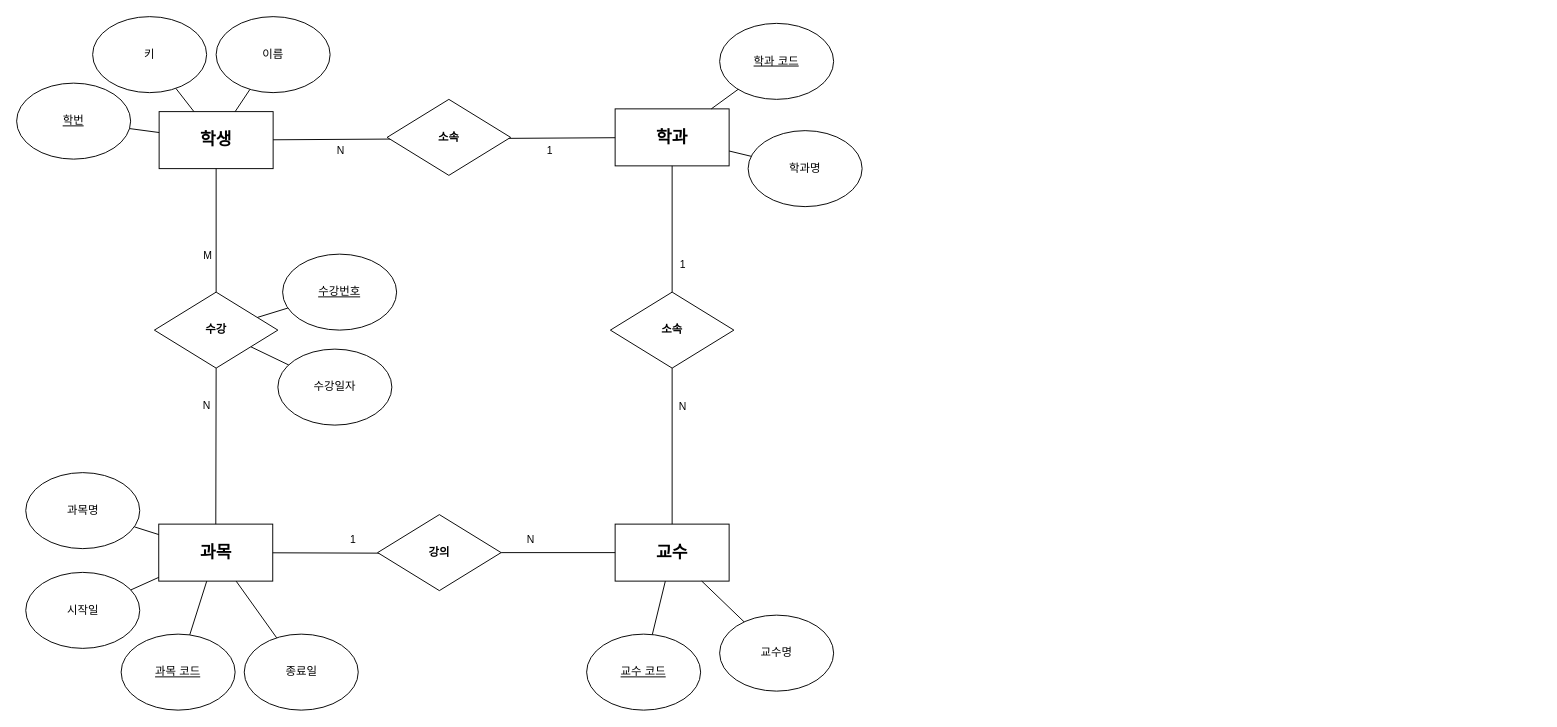
Earlier version of the draw.io diagram 학사 관리 시스템.drawio (cho1seu1g1/ERD). Source tidied: cells renumbered, new cells numbered last; positions are measured from the earlier drawing's top-left corner, leaving out a move shared by most shapes. Both pictures are drawn from the tidied source at 95%, with x=0, y=0 at pixel (16, 16).
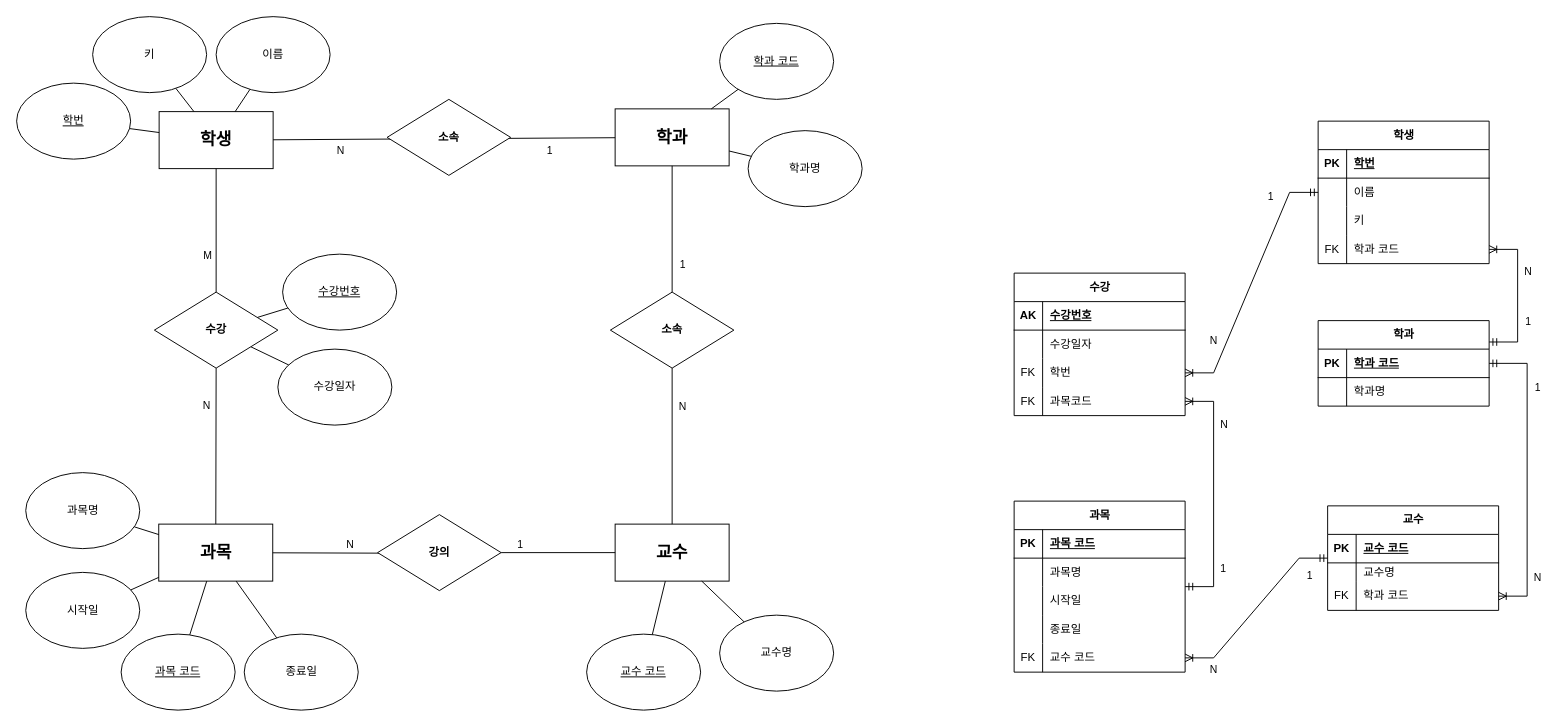
The same diagram, later.

Commit message:
학사 관리 시스템.drawio 업데이트

The change refers to these unchanged cells:
```xml
<mxCell id="33" style="endArrow=none;html=1;rounded=0;" parent="1" edge="1" source="47" target="4">
  <mxGeometry relative="1" as="geometry" />
</mxCell>
<mxCell id="45" style="endArrow=none;html=1;rounded=0;" parent="1" edge="1" source="5">
  <mxGeometry relative="1" as="geometry">
    <mxPoint x="390" y="564.8" as="targetPoint" />
  </mxGeometry>
</mxCell>
```

The edit, as a diff of the source:
```diff
@@
     <mxCell id="34" value="N" style="edgeLabel;html=1;align=center;verticalAlign=middle;" parent="33" vertex="1">
       <mxGeometry x="0.66" y="1" relative="1" as="geometry">
-        <mxPoint x="-70" y="-13" as="offset" />
+        <mxPoint x="-260" y="-8" as="offset" />
       </mxGeometry>
     </mxCell>
@@
     <mxCell id="46" value="1" style="edgeLabel;html=1;align=center;verticalAlign=middle;" parent="45" vertex="1">
       <mxGeometry x="-0.55" y="2" relative="1" as="geometry">
-        <mxPoint x="57" y="-12" as="offset" />
+        <mxPoint x="233" y="-7" as="offset" />
       </mxGeometry>
     </mxCell>
@@
+    <mxCell id="51" value="학생" style="shape=table;startSize=30;childLayout=tableLayout;rowLines=0;fontStyle=1;align=center;html=1;" parent="1" vertex="1">
+      <mxGeometry x="1370" y="110" width="180" height="150" as="geometry" />
+    </mxCell>
+    <mxCell id="52" style="shape=tableRow;horizontal=0;startSize=0;swimlaneHead=0;swimlaneBody=0;fillColor=none;top=0;left=0;right=0;bottom=1;" parent="51" vertex="1">
+      <mxGeometry y="30" width="180" height="30" as="geometry" />
+    </mxCell>
+    <mxCell id="53" value="PK" style="shape=partialRectangle;fillColor=none;top=0;left=0;bottom=0;right=0;fontStyle=1;overflow=hidden;whiteSpace=wrap;html=1;" parent="52" vertex="1">
+      <mxGeometry width="30" height="30" as="geometry" />
+    </mxCell>
+    <mxCell id="54" value="학번" style="shape=partialRectangle;fillColor=none;top=0;left=0;bottom=0;right=0;align=left;spacingLeft=6;fontStyle=5;overflow=hidden;whiteSpace=wrap;html=1;" parent="52" vertex="1">
+      <mxGeometry x="30" width="150" height="30" as="geometry" />
+    </mxCell>
+    <mxCell id="55" style="shape=tableRow;horizontal=0;startSize=0;swimlaneHead=0;swimlaneBody=0;fillColor=none;top=0;left=0;right=0;bottom=0;" parent="51" vertex="1">
+      <mxGeometry y="60" width="180" height="30" as="geometry" />
+    </mxCell>
+    <mxCell id="56" style="shape=partialRectangle;fillColor=none;top=0;left=0;bottom=0;right=0;overflow=hidden;whiteSpace=wrap;html=1;" parent="55" vertex="1">
+      <mxGeometry width="30" height="30" as="geometry" />
+    </mxCell>
+    <mxCell id="57" value="이름" style="shape=partialRectangle;fillColor=none;top=0;left=0;bottom=0;right=0;align=left;spacingLeft=6;overflow=hidden;whiteSpace=wrap;html=1;" parent="55" vertex="1">
+      <mxGeometry x="30" width="150" height="30" as="geometry" />
+    </mxCell>
+    <mxCell id="58" style="shape=tableRow;horizontal=0;startSize=0;swimlaneHead=0;swimlaneBody=0;fillColor=none;top=0;left=0;right=0;bottom=0;" parent="51" vertex="1">
+      <mxGeometry y="90" width="180" height="30" as="geometry" />
+    </mxCell>
+    <mxCell id="59" style="shape=partialRectangle;fillColor=none;top=0;left=0;bottom=0;right=0;overflow=hidden;whiteSpace=wrap;html=1;" parent="58" vertex="1">
+      <mxGeometry width="30" height="30" as="geometry" />
+    </mxCell>
+    <mxCell id="60" value="키" style="shape=partialRectangle;fillColor=none;top=0;left=0;bottom=0;right=0;align=left;spacingLeft=6;overflow=hidden;whiteSpace=wrap;html=1;" parent="58" vertex="1">
+      <mxGeometry x="30" width="150" height="30" as="geometry" />
+    </mxCell>
+    <mxCell id="61" style="shape=tableRow;horizontal=0;startSize=0;swimlaneHead=0;swimlaneBody=0;fillColor=none;points=[[0,0.5],[1,0.5]];portConstraint=eastwest;top=0;left=0;right=0;bottom=0;" parent="51" vertex="1">
+      <mxGeometry y="120" width="180" height="30" as="geometry" />
+    </mxCell>
+    <mxCell id="62" value="FK" style="shape=partialRectangle;fillColor=none;top=0;left=0;bottom=0;right=0;overflow=hidden;whiteSpace=wrap;html=1;" parent="61" vertex="1">
+      <mxGeometry width="30" height="30" as="geometry" />
+    </mxCell>
+    <mxCell id="63" value="학과 코드" style="shape=partialRectangle;fillColor=none;top=0;left=0;bottom=0;right=0;align=left;spacingLeft=6;overflow=hidden;whiteSpace=wrap;html=1;" parent="61" vertex="1">
+      <mxGeometry x="30" width="150" height="30" as="geometry" />
+    </mxCell>
+    <mxCell id="64" value="학과" style="shape=table;startSize=30;childLayout=tableLayout;rowLines=0;fontStyle=1;align=center;html=1;" parent="1" vertex="1">
+      <mxGeometry x="1370" y="320" width="180" height="90" as="geometry" />
+    </mxCell>
+    <mxCell id="65" style="shape=tableRow;horizontal=0;startSize=0;swimlaneHead=0;swimlaneBody=0;fillColor=none;top=0;left=0;right=0;bottom=1;" parent="64" vertex="1">
+      <mxGeometry y="30" width="180" height="30" as="geometry" />
+    </mxCell>
+    <mxCell id="66" value="PK" style="shape=partialRectangle;fillColor=none;top=0;left=0;bottom=0;right=0;fontStyle=1;overflow=hidden;whiteSpace=wrap;html=1;" parent="65" vertex="1">
+      <mxGeometry width="30" height="30" as="geometry" />
+    </mxCell>
+    <mxCell id="67" value="학과 코드" style="shape=partialRectangle;fillColor=none;top=0;left=0;bottom=0;right=0;align=left;spacingLeft=6;fontStyle=5;overflow=hidden;whiteSpace=wrap;html=1;" parent="65" vertex="1">
+      <mxGeometry x="30" width="150" height="30" as="geometry" />
+    </mxCell>
+    <mxCell id="68" style="shape=tableRow;horizontal=0;startSize=0;swimlaneHead=0;swimlaneBody=0;fillColor=none;top=0;left=0;right=0;bottom=0;" parent="64" vertex="1">
+      <mxGeometry y="60" width="180" height="30" as="geometry" />
+    </mxCell>
+    <mxCell id="69" style="shape=partialRectangle;fillColor=none;top=0;left=0;bottom=0;right=0;overflow=hidden;whiteSpace=wrap;html=1;" parent="68" vertex="1">
+      <mxGeometry width="30" height="30" as="geometry" />
+    </mxCell>
+    <mxCell id="70" value="학과명" style="shape=partialRectangle;fillColor=none;top=0;left=0;bottom=0;right=0;align=left;spacingLeft=6;overflow=hidden;whiteSpace=wrap;html=1;" parent="68" vertex="1">
+      <mxGeometry x="30" width="150" height="30" as="geometry" />
+    </mxCell>
+    <mxCell id="71" value="교수" style="shape=table;startSize=30;childLayout=tableLayout;rowLines=0;fontStyle=1;align=center;html=1;" parent="1" vertex="1">
+      <mxGeometry x="1380" y="515" width="180" height="110" as="geometry" />
+    </mxCell>
+    <mxCell id="72" style="shape=tableRow;horizontal=0;startSize=0;swimlaneHead=0;swimlaneBody=0;fillColor=none;top=0;left=0;right=0;bottom=1;" parent="71" vertex="1">
+      <mxGeometry y="30" width="180" height="30" as="geometry" />
+    </mxCell>
+    <mxCell id="73" value="PK" style="shape=partialRectangle;fillColor=none;top=0;left=0;bottom=0;right=0;fontStyle=1;overflow=hidden;whiteSpace=wrap;html=1;" parent="72" vertex="1">
+      <mxGeometry width="30" height="30" as="geometry" />
+    </mxCell>
+    <mxCell id="74" value="교수 코드" style="shape=partialRectangle;fillColor=none;top=0;left=0;bottom=0;right=0;align=left;spacingLeft=6;fontStyle=5;overflow=hidden;whiteSpace=wrap;html=1;" parent="72" vertex="1">
+      <mxGeometry x="30" width="150" height="30" as="geometry" />
+    </mxCell>
+    <mxCell id="75" style="shape=tableRow;horizontal=0;startSize=0;swimlaneHead=0;swimlaneBody=0;fillColor=none;top=0;left=0;right=0;bottom=0;" parent="71" vertex="1">
+      <mxGeometry y="60" width="180" height="20" as="geometry" />
+    </mxCell>
+    <mxCell id="76" style="shape=partialRectangle;fillColor=none;top=0;left=0;bottom=0;right=0;overflow=hidden;whiteSpace=wrap;html=1;" parent="75" vertex="1">
+      <mxGeometry width="30" height="20" as="geometry" />
+    </mxCell>
+    <mxCell id="77" value="교수명" style="shape=partialRectangle;fillColor=none;top=0;left=0;bottom=0;right=0;align=left;spacingLeft=6;overflow=hidden;whiteSpace=wrap;html=1;" parent="75" vertex="1">
+      <mxGeometry x="30" width="150" height="20" as="geometry" />
+    </mxCell>
+    <mxCell id="78" style="shape=tableRow;horizontal=0;startSize=0;swimlaneHead=0;swimlaneBody=0;fillColor=none;points=[[0,0.5],[1,0.5]];portConstraint=eastwest;top=0;left=0;right=0;bottom=0;" parent="71" vertex="1">
+      <mxGeometry y="80" width="180" height="30" as="geometry" />
+    </mxCell>
+    <mxCell id="79" value="FK" style="shape=partialRectangle;fillColor=none;top=0;left=0;bottom=0;right=0;overflow=hidden;whiteSpace=wrap;html=1;" parent="78" vertex="1">
+      <mxGeometry width="30" height="30" as="geometry" />
+    </mxCell>
+    <mxCell id="80" value="학과 코드" style="shape=partialRectangle;fillColor=none;top=0;left=0;bottom=0;right=0;align=left;spacingLeft=6;overflow=hidden;whiteSpace=wrap;html=1;" parent="78" vertex="1">
+      <mxGeometry x="30" width="150" height="30" as="geometry" />
+    </mxCell>
+    <mxCell id="81" value="과목" style="shape=table;startSize=30;childLayout=tableLayout;rowLines=0;fontStyle=1;align=center;html=1;" parent="1" vertex="1">
+      <mxGeometry x="1050" y="510" width="180" height="180" as="geometry" />
+    </mxCell>
+    <mxCell id="82" style="shape=tableRow;horizontal=0;startSize=0;swimlaneHead=0;swimlaneBody=0;fillColor=none;top=0;left=0;right=0;bottom=1;" parent="81" vertex="1">
+      <mxGeometry y="30" width="180" height="30" as="geometry" />
+    </mxCell>
+    <mxCell id="83" value="PK" style="shape=partialRectangle;fillColor=none;top=0;left=0;bottom=0;right=0;fontStyle=1;overflow=hidden;whiteSpace=wrap;html=1;" parent="82" vertex="1">
+      <mxGeometry width="30" height="30" as="geometry" />
+    </mxCell>
+    <mxCell id="84" value="과목 코드" style="shape=partialRectangle;fillColor=none;top=0;left=0;bottom=0;right=0;align=left;spacingLeft=6;fontStyle=5;overflow=hidden;whiteSpace=wrap;html=1;" parent="82" vertex="1">
+      <mxGeometry x="30" width="150" height="30" as="geometry" />
+    </mxCell>
+    <mxCell id="85" style="shape=tableRow;horizontal=0;startSize=0;swimlaneHead=0;swimlaneBody=0;fillColor=none;top=0;left=0;right=0;bottom=0;" parent="81" vertex="1">
+      <mxGeometry y="60" width="180" height="30" as="geometry" />
+    </mxCell>
+    <mxCell id="86" style="shape=partialRectangle;fillColor=none;top=0;left=0;bottom=0;right=0;overflow=hidden;whiteSpace=wrap;html=1;" parent="85" vertex="1">
+      <mxGeometry width="30" height="30" as="geometry" />
+    </mxCell>
+    <mxCell id="87" value="과목명" style="shape=partialRectangle;fillColor=none;top=0;left=0;bottom=0;right=0;align=left;spacingLeft=6;overflow=hidden;whiteSpace=wrap;html=1;" parent="85" vertex="1">
+      <mxGeometry x="30" width="150" height="30" as="geometry" />
+    </mxCell>
+    <mxCell id="88" style="shape=tableRow;horizontal=0;startSize=0;swimlaneHead=0;swimlaneBody=0;fillColor=none;top=0;left=0;right=0;bottom=0;" parent="81" vertex="1">
+      <mxGeometry y="90" width="180" height="30" as="geometry" />
+    </mxCell>
+    <mxCell id="89" style="shape=partialRectangle;fillColor=none;top=0;left=0;bottom=0;right=0;overflow=hidden;whiteSpace=wrap;html=1;" parent="88" vertex="1">
+      <mxGeometry width="30" height="30" as="geometry" />
+    </mxCell>
+    <mxCell id="90" value="시작일" style="shape=partialRectangle;fillColor=none;top=0;left=0;bottom=0;right=0;align=left;spacingLeft=6;overflow=hidden;whiteSpace=wrap;html=1;" parent="88" vertex="1">
+      <mxGeometry x="30" width="150" height="30" as="geometry" />
+    </mxCell>
+    <mxCell id="91" style="shape=tableRow;horizontal=0;startSize=0;swimlaneHead=0;swimlaneBody=0;fillColor=none;top=0;left=0;right=0;bottom=0;" parent="81" vertex="1">
+      <mxGeometry y="120" width="180" height="30" as="geometry" />
+    </mxCell>
+    <mxCell id="92" style="shape=partialRectangle;fillColor=none;top=0;left=0;bottom=0;right=0;overflow=hidden;whiteSpace=wrap;html=1;" parent="91" vertex="1">
+      <mxGeometry width="30" height="30" as="geometry" />
+    </mxCell>
+    <mxCell id="93" value="종료일" style="shape=partialRectangle;fillColor=none;top=0;left=0;bottom=0;right=0;align=left;spacingLeft=6;overflow=hidden;whiteSpace=wrap;html=1;" parent="91" vertex="1">
+      <mxGeometry x="30" width="150" height="30" as="geometry" />
+    </mxCell>
+    <mxCell id="94" style="shape=tableRow;horizontal=0;startSize=0;swimlaneHead=0;swimlaneBody=0;fillColor=none;points=[[0,0.5],[1,0.5]];portConstraint=eastwest;top=0;left=0;right=0;bottom=0;" parent="81" vertex="1">
+      <mxGeometry y="150" width="180" height="30" as="geometry" />
+    </mxCell>
+    <mxCell id="95" value="FK" style="shape=partialRectangle;fillColor=none;top=0;left=0;bottom=0;right=0;overflow=hidden;whiteSpace=wrap;html=1;" parent="94" vertex="1">
+      <mxGeometry width="30" height="30" as="geometry" />
+    </mxCell>
+    <mxCell id="96" value="교수 코드" style="shape=partialRectangle;fillColor=none;top=0;left=0;bottom=0;right=0;align=left;spacingLeft=6;overflow=hidden;whiteSpace=wrap;html=1;" parent="94" vertex="1">
+      <mxGeometry x="30" width="150" height="30" as="geometry" />
+    </mxCell>
+    <mxCell id="97" value="수강" style="shape=table;startSize=30;childLayout=tableLayout;rowLines=0;fontStyle=1;align=center;html=1;" parent="1" vertex="1">
+      <mxGeometry x="1050" y="270" width="180" height="150" as="geometry" />
+    </mxCell>
+    <mxCell id="98" style="shape=tableRow;horizontal=0;startSize=0;swimlaneHead=0;swimlaneBody=0;fillColor=none;top=0;left=0;right=0;bottom=1;" parent="97" vertex="1">
+      <mxGeometry y="30" width="180" height="30" as="geometry" />
+    </mxCell>
+    <mxCell id="99" value="AK" style="shape=partialRectangle;fillColor=none;top=0;left=0;bottom=0;right=0;fontStyle=1;overflow=hidden;whiteSpace=wrap;html=1;" parent="98" vertex="1">
+      <mxGeometry width="30" height="30" as="geometry" />
+    </mxCell>
+    <mxCell id="100" value="수강번호" style="shape=partialRectangle;fillColor=none;top=0;left=0;bottom=0;right=0;align=left;spacingLeft=6;fontStyle=5;overflow=hidden;whiteSpace=wrap;html=1;" parent="98" vertex="1">
+      <mxGeometry x="30" width="150" height="30" as="geometry" />
+    </mxCell>
+    <mxCell id="101" style="shape=tableRow;horizontal=0;startSize=0;swimlaneHead=0;swimlaneBody=0;fillColor=none;top=0;left=0;right=0;bottom=0;" parent="97" vertex="1">
+      <mxGeometry y="60" width="180" height="30" as="geometry" />
+    </mxCell>
+    <mxCell id="102" style="shape=partialRectangle;fillColor=none;top=0;left=0;bottom=0;right=0;overflow=hidden;whiteSpace=wrap;html=1;" parent="101" vertex="1">
+      <mxGeometry width="30" height="30" as="geometry" />
+    </mxCell>
+    <mxCell id="103" value="수강일자" style="shape=partialRectangle;fillColor=none;top=0;left=0;bottom=0;right=0;align=left;spacingLeft=6;overflow=hidden;whiteSpace=wrap;html=1;" parent="101" vertex="1">
+      <mxGeometry x="30" width="150" height="30" as="geometry" />
+    </mxCell>
+    <mxCell id="104" style="shape=tableRow;horizontal=0;startSize=0;swimlaneHead=0;swimlaneBody=0;fillColor=none;points=[[0,0.5],[1,0.5]];portConstraint=eastwest;top=0;left=0;right=0;bottom=0;" parent="97" vertex="1">
+      <mxGeometry y="90" width="180" height="30" as="geometry" />
+    </mxCell>
+    <mxCell id="105" value="FK" style="shape=partialRectangle;fillColor=none;top=0;left=0;bottom=0;right=0;overflow=hidden;whiteSpace=wrap;html=1;" parent="104" vertex="1">
+      <mxGeometry width="30" height="30" as="geometry" />
+    </mxCell>
+    <mxCell id="106" value="학번" style="shape=partialRectangle;fillColor=none;top=0;left=0;bottom=0;right=0;align=left;spacingLeft=6;overflow=hidden;whiteSpace=wrap;html=1;" parent="104" vertex="1">
+      <mxGeometry x="30" width="150" height="30" as="geometry" />
+    </mxCell>
+    <mxCell id="107" style="shape=tableRow;horizontal=0;startSize=0;swimlaneHead=0;swimlaneBody=0;fillColor=none;points=[[0,0.5],[1,0.5]];portConstraint=eastwest;top=0;left=0;right=0;bottom=0;" parent="97" vertex="1">
+      <mxGeometry y="120" width="180" height="30" as="geometry" />
+    </mxCell>
+    <mxCell id="108" value="FK" style="shape=partialRectangle;fillColor=none;top=0;left=0;bottom=0;right=0;overflow=hidden;whiteSpace=wrap;html=1;" parent="107" vertex="1">
+      <mxGeometry width="30" height="30" as="geometry" />
+    </mxCell>
+    <mxCell id="109" value="과목코드" style="shape=partialRectangle;fillColor=none;top=0;left=0;bottom=0;right=0;align=left;spacingLeft=6;overflow=hidden;whiteSpace=wrap;html=1;" parent="107" vertex="1">
+      <mxGeometry x="30" width="150" height="30" as="geometry" />
+    </mxCell>
+    <mxCell id="110" style="edgeStyle=entityRelationEdgeStyle;fontSize=12;html=1;endArrow=ERoneToMany;startArrow=ERmandOne;rounded=0;" parent="1" edge="1" source="51" target="104">
+      <mxGeometry relative="1" as="geometry" />
+    </mxCell>
+    <mxCell id="111" value="1" style="edgeLabel;html=1;align=center;verticalAlign=middle;" parent="110" vertex="1">
+      <mxGeometry x="-0.58" y="2" relative="1" as="geometry">
+        <mxPoint x="-12" y="-20" as="offset" />
+      </mxGeometry>
+    </mxCell>
+    <mxCell id="112" value="N" style="edgeLabel;html=1;align=center;verticalAlign=middle;" parent="110" vertex="1">
+      <mxGeometry x="0.66" relative="1" as="geometry">
+        <mxPoint x="-6" y="-21" as="offset" />
+      </mxGeometry>
+    </mxCell>
+    <mxCell id="113" style="edgeStyle=entityRelationEdgeStyle;fontSize=12;html=1;endArrow=ERoneToMany;startArrow=ERmandOne;rounded=0;" parent="1" edge="1" source="64" target="78">
+      <mxGeometry relative="1" as="geometry" />
+    </mxCell>
+    <mxCell id="114" value="N" style="edgeLabel;html=1;align=center;verticalAlign=middle;" parent="113" vertex="1">
+      <mxGeometry x="0.7" y="1" relative="1" as="geometry">
+        <mxPoint x="9" y="-3" as="offset" />
+      </mxGeometry>
+    </mxCell>
+    <mxCell id="115" value="1" style="edgeLabel;html=1;align=center;verticalAlign=middle;" parent="113" vertex="1">
+      <mxGeometry x="-0.81" relative="1" as="geometry">
+        <mxPoint x="20" y="25" as="offset" />
+      </mxGeometry>
+    </mxCell>
+    <mxCell id="116" style="edgeStyle=entityRelationEdgeStyle;fontSize=12;html=1;endArrow=ERoneToMany;startArrow=ERmandOne;rounded=0;" parent="1" edge="1" source="71" target="94">
+      <mxGeometry relative="1" as="geometry">
+        <Array as="points">
+          <mxPoint x="1310" y="630" />
+          <mxPoint x="1290" y="460" />
+          <mxPoint x="1310" y="500" />
+          <mxPoint x="1320" y="580" />
+        </Array>
+      </mxGeometry>
+    </mxCell>
+    <mxCell id="117" value="1" style="edgeLabel;html=1;align=center;verticalAlign=middle;" parent="116" vertex="1">
+      <mxGeometry x="-0.91" y="1" relative="1" as="geometry">
+        <mxPoint x="-11" y="16" as="offset" />
+      </mxGeometry>
+    </mxCell>
+    <mxCell id="118" value="N" style="edgeLabel;html=1;align=center;verticalAlign=middle;" parent="116" vertex="1">
+      <mxGeometry x="0.7" y="-2" relative="1" as="geometry">
+        <mxPoint y="13" as="offset" />
+      </mxGeometry>
+    </mxCell>
+    <mxCell id="119" style="edgeStyle=entityRelationEdgeStyle;fontSize=12;html=1;endArrow=ERoneToMany;startArrow=ERmandOne;rounded=0;" parent="1" edge="1" source="81" target="107">
+      <mxGeometry relative="1" as="geometry" />
+    </mxCell>
+    <mxCell id="120" value="N" style="edgeLabel;html=1;align=center;verticalAlign=middle;" parent="119" vertex="1">
+      <mxGeometry x="0.63" y="-1" relative="1" as="geometry">
+        <mxPoint x="9" y="7" as="offset" />
+      </mxGeometry>
+    </mxCell>
+    <mxCell id="121" value="1" style="edgeLabel;html=1;align=center;verticalAlign=middle;" parent="119" vertex="1">
+      <mxGeometry x="-0.8" y="3" relative="1" as="geometry">
+        <mxPoint x="14" y="-17" as="offset" />
+      </mxGeometry>
+    </mxCell>
+    <mxCell id="122" style="edgeStyle=entityRelationEdgeStyle;fontSize=12;html=1;endArrow=ERoneToMany;startArrow=ERmandOne;rounded=0;exitX=1;exitY=0.25;exitDx=0;exitDy=0;" parent="1" edge="1" source="64" target="61">
+      <mxGeometry relative="1" as="geometry">
+        <Array as="points">
+          <mxPoint x="1480" y="120" />
+          <mxPoint x="1600" y="260" />
+        </Array>
+      </mxGeometry>
+    </mxCell>
+    <mxCell id="123" value="1" style="edgeLabel;html=1;align=center;verticalAlign=middle;" parent="122" vertex="1">
+      <mxGeometry x="-0.39" relative="1" as="geometry">
+        <mxPoint x="10" y="-4" as="offset" />
+      </mxGeometry>
+    </mxCell>
+    <mxCell id="124" value="N" style="edgeLabel;html=1;align=center;verticalAlign=middle;" parent="122" vertex="1">
+      <mxGeometry x="0.33" y="-2" relative="1" as="geometry">
+        <mxPoint x="8" as="offset" />
+      </mxGeometry>
+    </mxCell>
```
